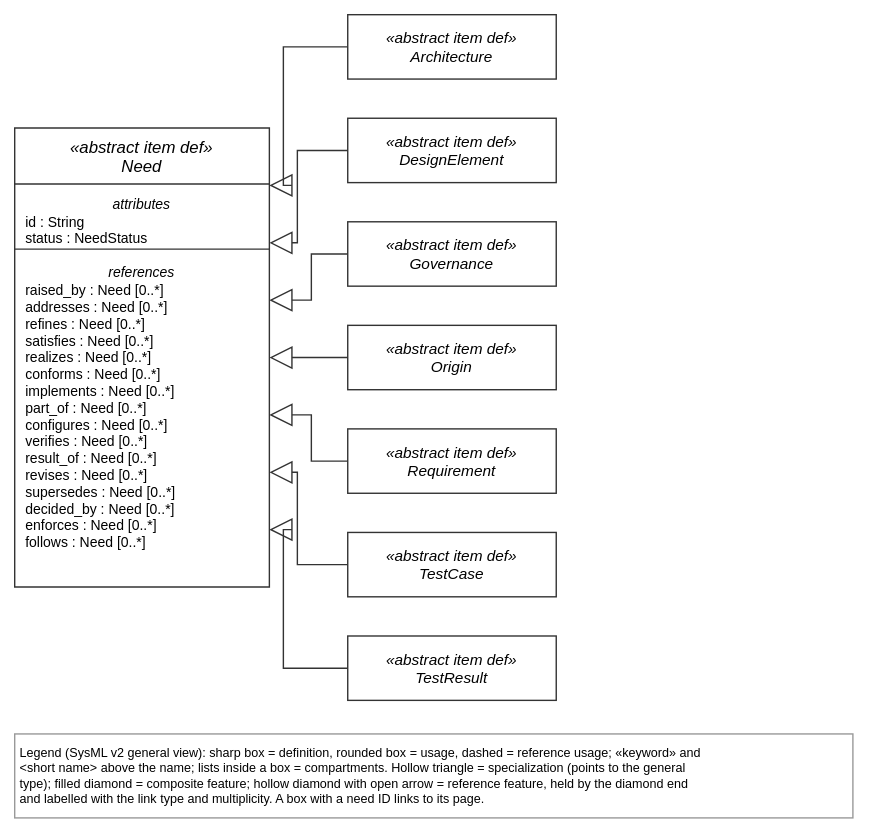
Earlier version of the draw.io export views/needCategories.drawio.svg (tiacsys/xdmod). Source tidied: cells renumbered, new cells last; positions are measured from the earlier drawing's top-left corner, leaving out a move shared by most shapes. Source of this version:
```xml
<mxGraphModel>
  <root>
    <mxCell id="0" />
    <mxCell id="1" parent="0" />
    <mxCell id="2" value="«abstract item def»&#10;Architecture" style="html=0;fontFamily=Helvetica;fontSize=11;strokeColor=#333333;rounded=0;fillColor=#FFFFFF;fontStyle=2;verticalAlign=middle;" parent="1" vertex="1">
      <mxGeometry x="238" width="149" height="46" as="geometry" />
    </mxCell>
    <mxCell id="3" value="«abstract item def»&#10;DesignElement" style="html=0;fontFamily=Helvetica;fontSize=11;strokeColor=#333333;rounded=0;fillColor=#FFFFFF;fontStyle=2;verticalAlign=middle;" parent="1" vertex="1">
      <mxGeometry x="238" y="74" width="149" height="46" as="geometry" />
    </mxCell>
    <mxCell id="4" value="«abstract item def»&#10;Governance" style="html=0;fontFamily=Helvetica;fontSize=11;strokeColor=#333333;rounded=0;fillColor=#FFFFFF;fontStyle=2;verticalAlign=middle;" parent="1" vertex="1">
      <mxGeometry x="238" y="148" width="149" height="46" as="geometry" />
    </mxCell>
    <mxCell id="5" value="«abstract item def»&#10;Need" style="html=0;fontFamily=Helvetica;fontSize=11;strokeColor=#333333;rounded=0;fillColor=#FFFFFF;swimlane;startSize=40;horizontal=1;fontStyle=2;swimlaneLine=1;" parent="1" vertex="1">
      <mxGeometry y="81" width="182" height="328" as="geometry" />
    </mxCell>
    <mxCell id="6" value="«abstract item def»&#10;Origin" style="html=0;fontFamily=Helvetica;fontSize=11;strokeColor=#333333;rounded=0;fillColor=#FFFFFF;fontStyle=2;verticalAlign=middle;" parent="1" vertex="1">
      <mxGeometry x="238" y="222" width="149" height="46" as="geometry" />
    </mxCell>
    <mxCell id="7" value="«abstract item def»&#10;Requirement" style="html=0;fontFamily=Helvetica;fontSize=11;strokeColor=#333333;rounded=0;fillColor=#FFFFFF;fontStyle=2;verticalAlign=middle;" parent="1" vertex="1">
      <mxGeometry x="238" y="296" width="149" height="46" as="geometry" />
    </mxCell>
    <mxCell id="8" value="«abstract item def»&#10;TestCase" style="html=0;fontFamily=Helvetica;fontSize=11;strokeColor=#333333;rounded=0;fillColor=#FFFFFF;fontStyle=2;verticalAlign=middle;" parent="1" vertex="1">
      <mxGeometry x="238" y="370" width="149" height="46" as="geometry" />
    </mxCell>
    <mxCell id="9" value="«abstract item def»&#10;TestResult" style="html=0;fontFamily=Helvetica;fontSize=11;strokeColor=#333333;rounded=0;fillColor=#FFFFFF;fontStyle=2;verticalAlign=middle;" parent="1" vertex="1">
      <mxGeometry x="238" y="444" width="149" height="46" as="geometry" />
    </mxCell>
    <mxCell id="10" value="Legend (SysML v2 general view): sharp box = definition, rounded box = usage, dashed = reference usage; «keyword» and&#10;&lt;short name&gt; above the name; lists inside a box = compartments. Hollow triangle = specialization (points to the general&#10;type); filled diamond = composite feature; hollow diamond with open arrow = reference feature, held by the diamond end&#10;and labelled with the link type and multiplicity. A box with a need ID links to its page." style="text;html=0;align=left;verticalAlign=top;fontFamily=Helvetica;fontSize=9;fillColor=#FFFFFF;strokeColor=#999999;spacing=4;" parent="1" vertex="1">
      <mxGeometry y="514" width="599" height="60" as="geometry" />
    </mxCell>
    <mxCell id="11" value="attributes" style="text;html=0;align=center;verticalAlign=top;spacingTop=0;fontFamily=Helvetica;fontSize=10;fontStyle=2;strokeColor=none;" parent="5" vertex="1">
      <mxGeometry y="42" width="182" height="13" as="geometry" />
    </mxCell>
    <mxCell id="12" value="id : String&#10;status : NeedStatus" style="text;html=0;align=left;verticalAlign=top;spacingLeft=6;spacingTop=0;fontFamily=Helvetica;fontSize=10;" parent="5" vertex="1">
      <mxGeometry y="55" width="182" height="30" as="geometry" />
    </mxCell>
    <mxCell id="13" style="line;html=0;strokeColor=#333333;strokeWidth=1;" parent="5" vertex="1">
      <mxGeometry y="86" width="182" height="1" as="geometry" />
    </mxCell>
    <mxCell id="14" value="references" style="text;html=0;align=center;verticalAlign=top;spacingTop=0;fontFamily=Helvetica;fontSize=10;fontStyle=2;strokeColor=none;" parent="5" vertex="1">
      <mxGeometry y="91" width="182" height="13" as="geometry" />
    </mxCell>
    <mxCell id="15" value="raised_by : Need [0..*]&#10;addresses : Need [0..*]&#10;refines : Need [0..*]&#10;satisfies : Need [0..*]&#10;realizes : Need [0..*]&#10;conforms : Need [0..*]&#10;implements : Need [0..*]&#10;part_of : Need [0..*]&#10;configures : Need [0..*]&#10;verifies : Need [0..*]&#10;result_of : Need [0..*]&#10;revises : Need [0..*]&#10;supersedes : Need [0..*]&#10;decided_by : Need [0..*]&#10;enforces : Need [0..*]&#10;follows : Need [0..*]" style="text;html=0;align=left;verticalAlign=top;spacingLeft=6;spacingTop=0;fontFamily=Helvetica;fontSize=10;" parent="5" vertex="1">
      <mxGeometry y="104" width="182" height="212" as="geometry" />
    </mxCell>
    <mxCell id="16" style="html=0;rounded=0;endSize=10;startSize=14;fontFamily=Helvetica;fontSize=10;labelBackgroundColor=#FFFFFF;strokeColor=#333333;endArrow=block;endFill=0;endSize=14;exitX=0.000;exitY=0.500;exitDx=0;exitDy=0;exitPerimeter=0;entryX=1.000;entryY=0.125;entryDx=0;entryDy=0;entryPerimeter=0;" parent="1" edge="1" source="2" target="5">
      <mxGeometry relative="1" as="geometry">
        <Array as="points">
          <mxPoint x="192" y="23" />
          <mxPoint x="192" y="122" />
        </Array>
      </mxGeometry>
    </mxCell>
    <mxCell id="17" style="html=0;rounded=0;endSize=10;startSize=14;fontFamily=Helvetica;fontSize=10;labelBackgroundColor=#FFFFFF;strokeColor=#333333;endArrow=block;endFill=0;endSize=14;exitX=0.000;exitY=0.500;exitDx=0;exitDy=0;exitPerimeter=0;entryX=1.000;entryY=0.250;entryDx=0;entryDy=0;entryPerimeter=0;" parent="1" edge="1" source="3" target="5">
      <mxGeometry relative="1" as="geometry">
        <Array as="points">
          <mxPoint x="202" y="97" />
          <mxPoint x="202" y="163" />
        </Array>
      </mxGeometry>
    </mxCell>
    <mxCell id="18" style="html=0;rounded=0;endSize=10;startSize=14;fontFamily=Helvetica;fontSize=10;labelBackgroundColor=#FFFFFF;strokeColor=#333333;endArrow=block;endFill=0;endSize=14;exitX=0.000;exitY=0.500;exitDx=0;exitDy=0;exitPerimeter=0;entryX=1.000;entryY=0.375;entryDx=0;entryDy=0;entryPerimeter=0;" parent="1" edge="1" source="4" target="5">
      <mxGeometry relative="1" as="geometry">
        <Array as="points">
          <mxPoint x="212" y="171" />
          <mxPoint x="212" y="204" />
        </Array>
      </mxGeometry>
    </mxCell>
    <mxCell id="19" style="html=0;rounded=0;endSize=10;startSize=14;fontFamily=Helvetica;fontSize=10;labelBackgroundColor=#FFFFFF;strokeColor=#333333;endArrow=block;endFill=0;endSize=14;exitX=0.000;exitY=0.500;exitDx=0;exitDy=0;exitPerimeter=0;entryX=1.000;entryY=0.500;entryDx=0;entryDy=0;entryPerimeter=0;" parent="1" edge="1" source="6" target="5">
      <mxGeometry relative="1" as="geometry" />
    </mxCell>
    <mxCell id="20" style="html=0;rounded=0;endSize=10;startSize=14;fontFamily=Helvetica;fontSize=10;labelBackgroundColor=#FFFFFF;strokeColor=#333333;endArrow=block;endFill=0;endSize=14;exitX=0.000;exitY=0.500;exitDx=0;exitDy=0;exitPerimeter=0;entryX=1.000;entryY=0.625;entryDx=0;entryDy=0;entryPerimeter=0;" parent="1" edge="1" source="7" target="5">
      <mxGeometry relative="1" as="geometry">
        <Array as="points">
          <mxPoint x="212" y="319" />
          <mxPoint x="212" y="286" />
        </Array>
      </mxGeometry>
    </mxCell>
    <mxCell id="21" style="html=0;rounded=0;endSize=10;startSize=14;fontFamily=Helvetica;fontSize=10;labelBackgroundColor=#FFFFFF;strokeColor=#333333;endArrow=block;endFill=0;endSize=14;exitX=0.000;exitY=0.500;exitDx=0;exitDy=0;exitPerimeter=0;entryX=1.000;entryY=0.750;entryDx=0;entryDy=0;entryPerimeter=0;" parent="1" edge="1" source="8" target="5">
      <mxGeometry relative="1" as="geometry">
        <Array as="points">
          <mxPoint x="202" y="393" />
          <mxPoint x="202" y="327" />
        </Array>
      </mxGeometry>
    </mxCell>
    <mxCell id="22" style="html=0;rounded=0;endSize=10;startSize=14;fontFamily=Helvetica;fontSize=10;labelBackgroundColor=#FFFFFF;strokeColor=#333333;endArrow=block;endFill=0;endSize=14;exitX=0.000;exitY=0.500;exitDx=0;exitDy=0;exitPerimeter=0;entryX=1.000;entryY=0.875;entryDx=0;entryDy=0;entryPerimeter=0;" parent="1" edge="1" source="9" target="5">
      <mxGeometry relative="1" as="geometry">
        <Array as="points">
          <mxPoint x="192" y="467" />
          <mxPoint x="192" y="368" />
        </Array>
      </mxGeometry>
    </mxCell>
  </root>
</mxGraphModel>
```
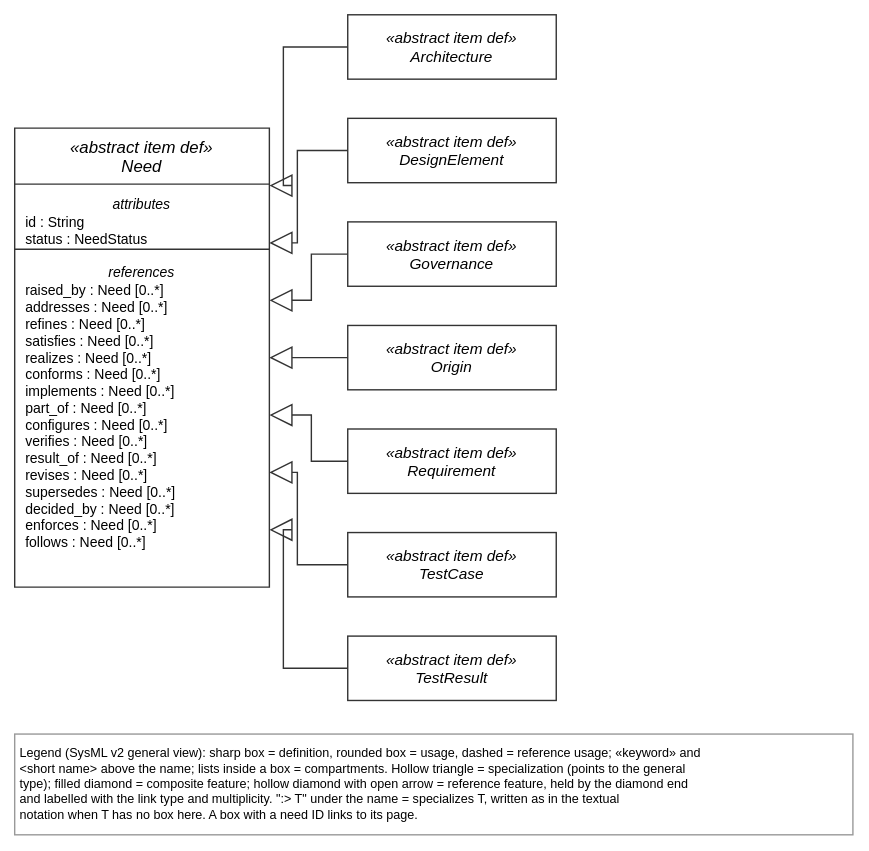
The same diagram one commit later.

Diff of the diagram source:
```diff
@@ -26,8 +26,8 @@
     <mxCell id="9" value="«abstract item def»&#10;TestResult" style="html=0;fontFamily=Helvetica;fontSize=11;strokeColor=#333333;rounded=0;fillColor=#FFFFFF;fontStyle=2;verticalAlign=middle;" parent="1" vertex="1">
       <mxGeometry x="238" y="444" width="149" height="46" as="geometry" />
     </mxCell>
-    <mxCell id="10" value="Legend (SysML v2 general view): sharp box = definition, rounded box = usage, dashed = reference usage; «keyword» and&#10;&lt;short name&gt; above the name; lists inside a box = compartments. Hollow triangle = specialization (points to the general&#10;type); filled diamond = composite feature; hollow diamond with open arrow = reference feature, held by the diamond end&#10;and labelled with the link type and multiplicity. A box with a need ID links to its page." style="text;html=0;align=left;verticalAlign=top;fontFamily=Helvetica;fontSize=9;fillColor=#FFFFFF;strokeColor=#999999;spacing=4;" parent="1" vertex="1">
-      <mxGeometry y="514" width="599" height="60" as="geometry" />
+    <mxCell id="10" value="Legend (SysML v2 general view): sharp box = definition, rounded box = usage, dashed = reference usage; «keyword» and&#10;&lt;short name&gt; above the name; lists inside a box = compartments. Hollow triangle = specialization (points to the general&#10;type); filled diamond = composite feature; hollow diamond with open arrow = reference feature, held by the diamond end&#10;and labelled with the link type and multiplicity. &quot;:&gt; T&quot; under the name = specializes T, written as in the textual&#10;notation when T has no box here. A box with a need ID links to its page." style="text;html=0;align=left;verticalAlign=top;fontFamily=Helvetica;fontSize=9;fillColor=#FFFFFF;strokeColor=#999999;spacing=4;" parent="1" vertex="1">
+      <mxGeometry y="514" width="599" height="72" as="geometry" />
     </mxCell>
     <mxCell id="11" value="attributes" style="text;html=0;align=center;verticalAlign=top;spacingTop=0;fontFamily=Helvetica;fontSize=10;fontStyle=2;strokeColor=none;" parent="5" vertex="1">
       <mxGeometry y="42" width="182" height="13" as="geometry" />
```
